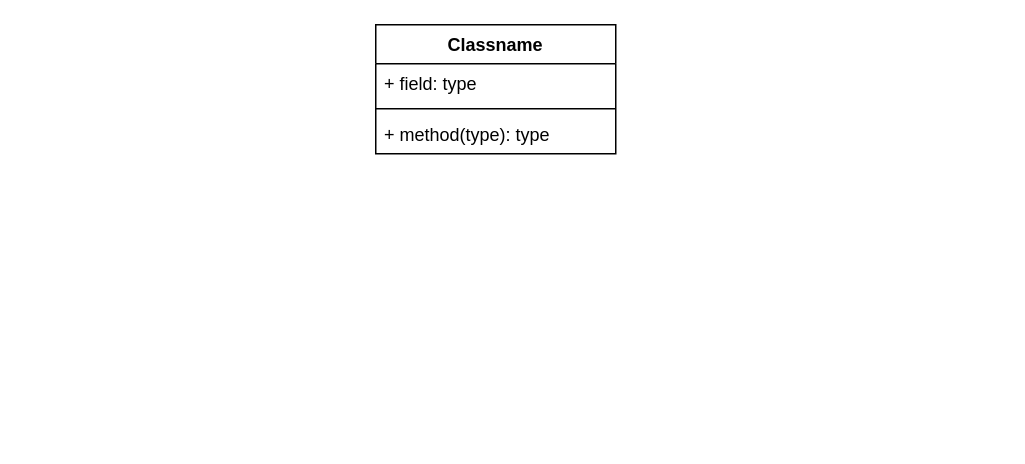
This is Class Diagram.drawio from MinkunZhao/SE_lab1, a draw.io file, before an edit. Source tidied: cells renumbered, new cells numbered last; positions are measured from the earlier drawing's top-left corner, leaving out a move shared by most shapes. Both pictures are drawn from the tidied source at 150%, with x=0, y=0 at pixel (375, 24).
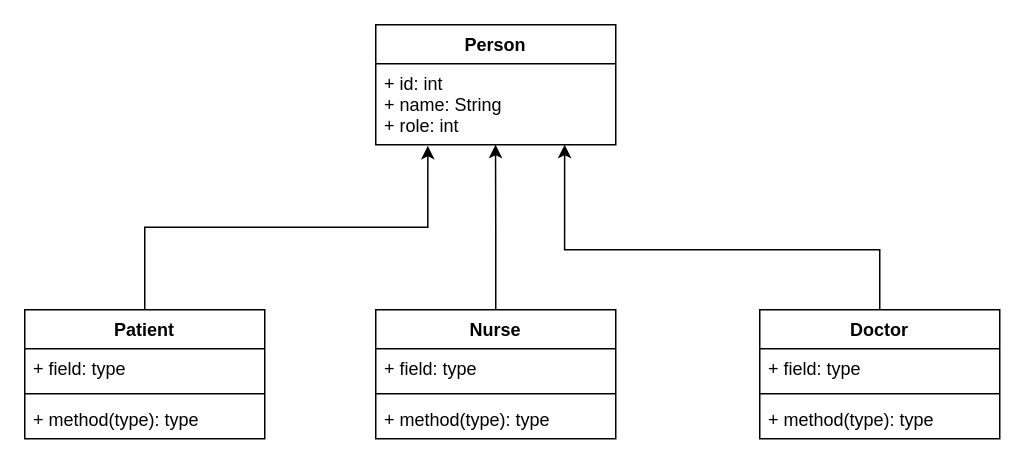
After the change.

What changed in the source:
```diff
@@
-    <mxCell id="2" value="Classname" style="swimlane;fontStyle=1;align=center;verticalAlign=top;horizontal=1;startSize=26;" parent="1" vertex="1">
-      <mxGeometry width="160" height="86" as="geometry" />
+    <mxCell id="2" value="Person" style="swimlane;fontStyle=1;align=center;verticalAlign=top;horizontal=1;startSize=26;" parent="1" vertex="1">
+      <mxGeometry width="160" height="80" as="geometry" />
     </mxCell>
-    <mxCell id="3" value="+ field: type" style="text;strokeColor=none;fillColor=none;align=left;verticalAlign=top;spacingLeft=4;spacingRight=4;overflow=hidden;points=[[0,0.5],[1,0.5]];portConstraint=eastwest;" parent="2" vertex="1">
-      <mxGeometry y="26" width="160" height="26" as="geometry" />
+    <mxCell id="3" value="+ id: int&#10;+ name: String&#10;+ role: int" style="text;strokeColor=none;fillColor=none;align=left;verticalAlign=top;spacingLeft=4;spacingRight=4;overflow=hidden;points=[[0,0.5],[1,0.5]];portConstraint=eastwest;" parent="2" vertex="1">
+      <mxGeometry y="26" width="160" height="54" as="geometry" />
     </mxCell>
-    <mxCell id="4" style="line;strokeWidth=1;fillColor=none;align=left;verticalAlign=middle;spacingTop=-1;spacingLeft=3;spacingRight=3;labelPosition=right;strokeColor=inherit;" parent="2" vertex="1">
-      <mxGeometry y="52" width="160" height="8" as="geometry" />
-    </mxCell>
-    <mxCell id="5" value="+ method(type): type" style="text;strokeColor=none;fillColor=none;align=left;verticalAlign=top;spacingLeft=4;spacingRight=4;overflow=hidden;" parent="2" vertex="1">
-      <mxGeometry y="60" width="160" height="26" as="geometry" />
-    </mxCell>
+    <mxCell id="6" style="edgeStyle=orthogonalEdgeStyle;rounded=0;jettySize=auto;html=1;exitX=0.5;exitY=0;exitDx=0;exitDy=0;entryX=0.217;entryY=1.013;entryDx=0;entryDy=0;entryPerimeter=0;" parent="1" edge="1" source="7" target="3">
+      <mxGeometry relative="1" as="geometry" />
+    </mxCell>
+    <mxCell id="7" value="Patient" style="swimlane;fontStyle=1;align=center;verticalAlign=top;horizontal=1;startSize=26;" parent="1" vertex="1">
+      <mxGeometry x="-234" y="190" width="160" height="86" as="geometry" />
+    </mxCell>
+    <mxCell id="8" value="+ field: type" style="text;strokeColor=none;fillColor=none;align=left;verticalAlign=top;spacingLeft=4;spacingRight=4;overflow=hidden;" parent="7" vertex="1">
+      <mxGeometry y="26" width="160" height="26" as="geometry" />
+    </mxCell>
+    <mxCell id="9" style="line;strokeWidth=1;fillColor=none;align=left;verticalAlign=middle;spacingTop=-1;spacingLeft=3;spacingRight=3;labelPosition=right;strokeColor=inherit;" parent="7" vertex="1">
+      <mxGeometry y="52" width="160" height="8" as="geometry" />
+    </mxCell>
+    <mxCell id="10" value="+ method(type): type" style="text;strokeColor=none;fillColor=none;align=left;verticalAlign=top;spacingLeft=4;spacingRight=4;overflow=hidden;" parent="7" vertex="1">
+      <mxGeometry y="60" width="160" height="26" as="geometry" />
+    </mxCell>
+    <mxCell id="11" style="edgeStyle=orthogonalEdgeStyle;rounded=0;jettySize=auto;html=1;exitX=0.5;exitY=0;exitDx=0;exitDy=0;entryX=0.499;entryY=1;entryDx=0;entryDy=0;entryPerimeter=0;" parent="1" edge="1" source="12" target="3">
+      <mxGeometry relative="1" as="geometry" />
+    </mxCell>
+    <mxCell id="12" value="Nurse" style="swimlane;fontStyle=1;align=center;verticalAlign=top;horizontal=1;startSize=26;" parent="1" vertex="1">
+      <mxGeometry y="190" width="160" height="86" as="geometry" />
+    </mxCell>
+    <mxCell id="13" value="+ field: type" style="text;strokeColor=none;fillColor=none;align=left;verticalAlign=top;spacingLeft=4;spacingRight=4;overflow=hidden;" parent="12" vertex="1">
+      <mxGeometry y="26" width="160" height="26" as="geometry" />
+    </mxCell>
+    <mxCell id="14" style="line;strokeWidth=1;fillColor=none;align=left;verticalAlign=middle;spacingTop=-1;spacingLeft=3;spacingRight=3;labelPosition=right;strokeColor=inherit;" parent="12" vertex="1">
+      <mxGeometry y="52" width="160" height="8" as="geometry" />
+    </mxCell>
+    <mxCell id="15" value="+ method(type): type" style="text;strokeColor=none;fillColor=none;align=left;verticalAlign=top;spacingLeft=4;spacingRight=4;overflow=hidden;" parent="12" vertex="1">
+      <mxGeometry y="60" width="160" height="26" as="geometry" />
+    </mxCell>
+    <mxCell id="16" style="edgeStyle=orthogonalEdgeStyle;rounded=0;jettySize=auto;html=1;exitX=0.5;exitY=0;exitDx=0;exitDy=0;entryX=0.787;entryY=1;entryDx=0;entryDy=0;entryPerimeter=0;" parent="1" edge="1" source="17" target="3">
+      <mxGeometry relative="1" as="geometry">
+        <Array as="points">
+          <mxPoint x="336" y="150" />
+          <mxPoint x="126" y="150" />
+        </Array>
+      </mxGeometry>
+    </mxCell>
+    <mxCell id="17" value="Doctor" style="swimlane;fontStyle=1;align=center;verticalAlign=top;horizontal=1;startSize=26;" parent="1" vertex="1">
+      <mxGeometry x="256" y="190" width="160" height="86" as="geometry" />
+    </mxCell>
+    <mxCell id="18" value="+ field: type" style="text;strokeColor=none;fillColor=none;align=left;verticalAlign=top;spacingLeft=4;spacingRight=4;overflow=hidden;" parent="17" vertex="1">
+      <mxGeometry y="26" width="160" height="26" as="geometry" />
+    </mxCell>
+    <mxCell id="19" style="line;strokeWidth=1;fillColor=none;align=left;verticalAlign=middle;spacingTop=-1;spacingLeft=3;spacingRight=3;labelPosition=right;strokeColor=inherit;" parent="17" vertex="1">
+      <mxGeometry y="52" width="160" height="8" as="geometry" />
+    </mxCell>
+    <mxCell id="20" value="+ method(type): type" style="text;strokeColor=none;fillColor=none;align=left;verticalAlign=top;spacingLeft=4;spacingRight=4;overflow=hidden;" parent="17" vertex="1">
+      <mxGeometry y="60" width="160" height="26" as="geometry" />
+    </mxCell>
```
